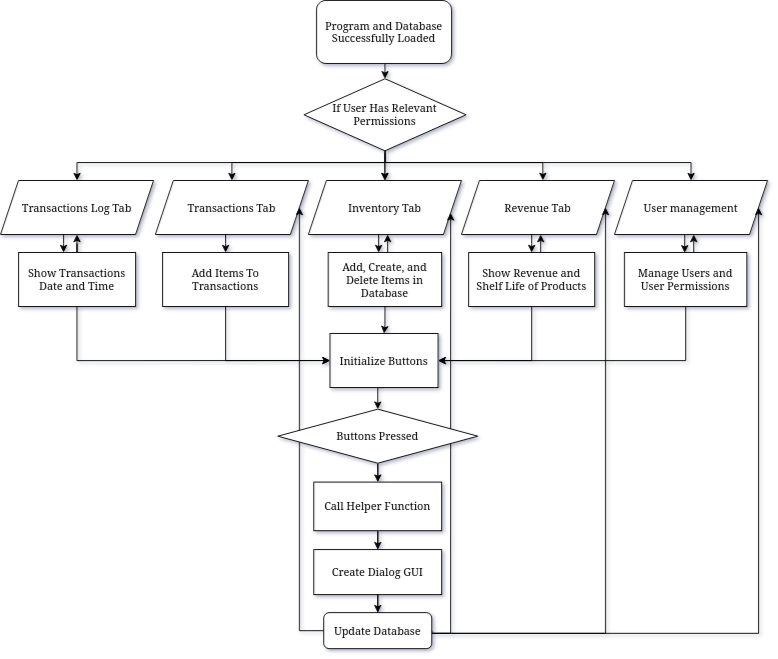
The draw.io diagram flowcharts/gui.png in TheMuseCipher/final-sba, before a commit. Source tidied: cells renumbered, new cells last; positions are measured from the earlier drawing's top-left corner, leaving out a move shared by most shapes. Source of this version:
```xml
<mxGraphModel>
  <root>
    <mxCell id="0" />
    <mxCell id="1" parent="0" />
    <mxCell id="2" style="edgeStyle=orthogonalEdgeStyle;rounded=0;jettySize=auto;html=1;" parent="1" edge="1" target="8">
      <mxGeometry relative="1" as="geometry">
        <mxPoint x="426.9" y="170" as="sourcePoint" />
      </mxGeometry>
    </mxCell>
    <mxCell id="3" style="edgeStyle=orthogonalEdgeStyle;rounded=0;jettySize=auto;html=1;" parent="1" edge="1" target="8">
      <mxGeometry relative="1" as="geometry">
        <mxPoint x="426.9" y="170" as="sourcePoint" />
      </mxGeometry>
    </mxCell>
    <mxCell id="4" style="edgeStyle=orthogonalEdgeStyle;rounded=0;jettySize=auto;html=1;entryX=0.532;entryY=-0.003;entryDx=0;entryDy=0;entryPerimeter=0;" parent="1" edge="1" target="10">
      <mxGeometry relative="1" as="geometry">
        <mxPoint x="427" y="160" as="sourcePoint" />
        <Array as="points">
          <mxPoint x="427" y="180" />
          <mxPoint x="602" y="180" />
        </Array>
      </mxGeometry>
    </mxCell>
    <mxCell id="5" style="edgeStyle=orthogonalEdgeStyle;rounded=0;jettySize=auto;html=1;entryX=0.5;entryY=0;entryDx=0;entryDy=0;" parent="1" edge="1" target="12">
      <mxGeometry relative="1" as="geometry">
        <mxPoint x="426.9" y="170" as="sourcePoint" />
        <Array as="points">
          <mxPoint x="427" y="180" />
          <mxPoint x="257" y="180" />
        </Array>
      </mxGeometry>
    </mxCell>
    <mxCell id="6" style="edgeStyle=orthogonalEdgeStyle;rounded=0;jettySize=auto;html=1;entryX=0.5;entryY=0;entryDx=0;entryDy=0;" parent="1" edge="1" target="15">
      <mxGeometry relative="1" as="geometry">
        <mxPoint x="427" y="70" as="sourcePoint" />
        <Array as="points">
          <mxPoint x="427" y="80" />
          <mxPoint x="427" y="80" />
        </Array>
      </mxGeometry>
    </mxCell>
    <mxCell id="7" style="edgeStyle=orthogonalEdgeStyle;rounded=0;orthogonalLoop=1;jettySize=auto;html=1;" parent="1" edge="1">
      <mxGeometry relative="1" as="geometry">
        <mxPoint x="420" y="260" as="sourcePoint" />
        <mxPoint x="420" y="280" as="targetPoint" />
      </mxGeometry>
    </mxCell>
    <mxCell id="8" value="Inventory Tab" style="shape=parallelogram;perimeter=parallelogramPerimeter;whiteSpace=wrap;html=1;fixedSize=1;" parent="1" vertex="1">
      <mxGeometry x="342" y="200" width="170" height="60" as="geometry" />
    </mxCell>
    <mxCell id="9" style="edgeStyle=orthogonalEdgeStyle;rounded=0;jettySize=auto;html=1;" parent="1" edge="1" source="10" target="35">
      <mxGeometry relative="1" as="geometry">
        <Array as="points">
          <mxPoint x="590" y="270" />
          <mxPoint x="590" y="270" />
        </Array>
      </mxGeometry>
    </mxCell>
    <mxCell id="10" value="Revenue Tab" style="shape=parallelogram;perimeter=parallelogramPerimeter;whiteSpace=wrap;html=1;fixedSize=1;" parent="1" vertex="1">
      <mxGeometry x="512" y="200" width="170" height="60" as="geometry" />
    </mxCell>
    <mxCell id="11" style="edgeStyle=orthogonalEdgeStyle;rounded=0;jettySize=auto;html=1;entryX=0.5;entryY=0;entryDx=0;entryDy=0;" parent="1" edge="1" source="12" target="24">
      <mxGeometry relative="1" as="geometry">
        <Array as="points">
          <mxPoint x="250" y="270" />
          <mxPoint x="250" y="270" />
        </Array>
      </mxGeometry>
    </mxCell>
    <mxCell id="12" value="Transactions Tab" style="shape=parallelogram;perimeter=parallelogramPerimeter;whiteSpace=wrap;html=1;fixedSize=1;" parent="1" vertex="1">
      <mxGeometry x="172" y="200" width="170" height="60" as="geometry" />
    </mxCell>
    <mxCell id="13" style="edgeStyle=orthogonalEdgeStyle;rounded=0;jettySize=auto;html=1;entryX=0.5;entryY=0;entryDx=0;entryDy=0;" parent="1" edge="1" source="15" target="17">
      <mxGeometry relative="1" as="geometry">
        <Array as="points">
          <mxPoint x="427" y="180" />
          <mxPoint x="767" y="180" />
        </Array>
      </mxGeometry>
    </mxCell>
    <mxCell id="14" style="edgeStyle=orthogonalEdgeStyle;rounded=0;jettySize=auto;html=1;entryX=0.5;entryY=0;entryDx=0;entryDy=0;" parent="1" edge="1" source="15" target="20">
      <mxGeometry relative="1" as="geometry">
        <Array as="points">
          <mxPoint x="427" y="180" />
          <mxPoint x="85" y="180" />
        </Array>
      </mxGeometry>
    </mxCell>
    <mxCell id="15" value="&lt;div&gt;If User Has&amp;nbsp;Relevant Permissions&lt;/div&gt;" style="rhombus;whiteSpace=wrap;html=1;" parent="1" vertex="1">
      <mxGeometry x="337" y="87" width="180" height="80" as="geometry" />
    </mxCell>
    <mxCell id="16" style="edgeStyle=orthogonalEdgeStyle;rounded=0;orthogonalLoop=1;jettySize=auto;html=1;entryX=0.452;entryY=0.038;entryDx=0;entryDy=0;entryPerimeter=0;" parent="1" edge="1">
      <mxGeometry relative="1" as="geometry">
        <mxPoint x="760" y="258" as="sourcePoint" />
        <mxPoint x="760" y="280.3" as="targetPoint" />
      </mxGeometry>
    </mxCell>
    <mxCell id="17" value="User management" style="shape=parallelogram;perimeter=parallelogramPerimeter;whiteSpace=wrap;html=1;fixedSize=1;size=20;" parent="1" vertex="1">
      <mxGeometry x="682" y="200" width="170" height="60" as="geometry" />
    </mxCell>
    <mxCell id="18" style="edgeStyle=orthogonalEdgeStyle;rounded=0;jettySize=auto;html=1;" parent="1" edge="1" target="20">
      <mxGeometry relative="1" as="geometry">
        <mxPoint x="85" y="290" as="sourcePoint" />
      </mxGeometry>
    </mxCell>
    <mxCell id="19" style="edgeStyle=orthogonalEdgeStyle;rounded=0;jettySize=auto;html=1;" parent="1" edge="1" source="20" target="22">
      <mxGeometry relative="1" as="geometry">
        <Array as="points">
          <mxPoint x="70" y="270" />
          <mxPoint x="70" y="270" />
        </Array>
      </mxGeometry>
    </mxCell>
    <mxCell id="20" value="Transactions Log Tab" style="shape=parallelogram;perimeter=parallelogramPerimeter;whiteSpace=wrap;html=1;fixedSize=1;" parent="1" vertex="1">
      <mxGeometry y="200" width="170" height="60" as="geometry" />
    </mxCell>
    <mxCell id="21" style="edgeStyle=orthogonalEdgeStyle;rounded=0;jettySize=auto;html=1;entryX=0;entryY=0.5;entryDx=0;entryDy=0;" parent="1" edge="1" source="22" target="41">
      <mxGeometry relative="1" as="geometry">
        <Array as="points">
          <mxPoint x="85" y="400" />
        </Array>
      </mxGeometry>
    </mxCell>
    <mxCell id="22" value="&lt;div&gt;Show Transactions&lt;/div&gt;&lt;div&gt;Date and Time&lt;/div&gt;" style="whiteSpace=wrap;html=1;" parent="1" vertex="1">
      <mxGeometry x="20" y="280" width="130" height="60" as="geometry" />
    </mxCell>
    <mxCell id="23" style="edgeStyle=orthogonalEdgeStyle;rounded=0;jettySize=auto;html=1;entryX=0;entryY=0.5;entryDx=0;entryDy=0;" parent="1" edge="1" source="24" target="41">
      <mxGeometry relative="1" as="geometry">
        <Array as="points">
          <mxPoint x="250" y="400" />
        </Array>
      </mxGeometry>
    </mxCell>
    <mxCell id="24" value="Add Items To&lt;br&gt;Transactions" style="rounded=0;whiteSpace=wrap;html=1;" parent="1" vertex="1">
      <mxGeometry x="180" y="280" width="140" height="60" as="geometry" />
    </mxCell>
    <mxCell id="25" style="edgeStyle=orthogonalEdgeStyle;rounded=0;jettySize=auto;html=1;entryX=1;entryY=0.5;entryDx=0;entryDy=0;" parent="1" edge="1" source="29" target="17">
      <mxGeometry relative="1" as="geometry">
        <Array as="points">
          <mxPoint x="842" y="703" />
        </Array>
      </mxGeometry>
    </mxCell>
    <mxCell id="26" style="edgeStyle=orthogonalEdgeStyle;rounded=0;jettySize=auto;html=1;entryX=1;entryY=0.5;entryDx=0;entryDy=0;exitX=1;exitY=0.5;exitDx=0;exitDy=0;" parent="1" edge="1" source="29">
      <mxGeometry relative="1" as="geometry">
        <mxPoint x="672" y="230" as="targetPoint" />
        <Array as="points">
          <mxPoint x="672" y="703" />
        </Array>
      </mxGeometry>
    </mxCell>
    <mxCell id="27" style="edgeStyle=orthogonalEdgeStyle;rounded=0;jettySize=auto;html=1;exitX=1;exitY=0.5;exitDx=0;exitDy=0;" parent="1" edge="1" source="29" target="8">
      <mxGeometry relative="1" as="geometry">
        <Array as="points">
          <mxPoint x="500" y="703" />
        </Array>
      </mxGeometry>
    </mxCell>
    <mxCell id="28" style="edgeStyle=orthogonalEdgeStyle;rounded=0;jettySize=auto;html=1;entryX=1;entryY=0.5;entryDx=0;entryDy=0;" parent="1" edge="1" source="29" target="12">
      <mxGeometry relative="1" as="geometry" />
    </mxCell>
    <mxCell id="29" value="Update Database" style="rounded=1;whiteSpace=wrap;html=1;" parent="1" vertex="1">
      <mxGeometry x="359" y="680" width="120" height="40" as="geometry" />
    </mxCell>
    <mxCell id="30" style="edgeStyle=orthogonalEdgeStyle;rounded=0;orthogonalLoop=1;jettySize=auto;html=1;entryX=0.5;entryY=1;entryDx=0;entryDy=0;" parent="1" edge="1">
      <mxGeometry relative="1" as="geometry">
        <mxPoint x="430" y="280" as="sourcePoint" />
        <mxPoint x="430" y="260" as="targetPoint" />
      </mxGeometry>
    </mxCell>
    <mxCell id="31" style="edgeStyle=orthogonalEdgeStyle;rounded=0;jettySize=auto;html=1;exitX=0.5;exitY=1;exitDx=0;exitDy=0;entryX=0.5;entryY=0;entryDx=0;entryDy=0;" parent="1" edge="1" source="41" target="43">
      <mxGeometry relative="1" as="geometry">
        <Array as="points">
          <mxPoint x="419" y="430" />
        </Array>
      </mxGeometry>
    </mxCell>
    <mxCell id="32" value="&lt;div&gt;Add, Create, and Delete Items in Database&lt;/div&gt;" style="whiteSpace=wrap;html=1;" parent="1" vertex="1">
      <mxGeometry x="364" y="280" width="126" height="60" as="geometry" />
    </mxCell>
    <mxCell id="33" style="edgeStyle=orthogonalEdgeStyle;rounded=0;orthogonalLoop=1;jettySize=auto;html=1;" parent="1" edge="1">
      <mxGeometry relative="1" as="geometry">
        <mxPoint x="600" y="280" as="sourcePoint" />
        <mxPoint x="600" y="260" as="targetPoint" />
        <Array as="points">
          <mxPoint x="600" y="260" />
        </Array>
      </mxGeometry>
    </mxCell>
    <mxCell id="34" style="edgeStyle=orthogonalEdgeStyle;rounded=0;jettySize=auto;html=1;entryX=1;entryY=0.5;entryDx=0;entryDy=0;" parent="1" edge="1" source="35" target="41">
      <mxGeometry relative="1" as="geometry">
        <Array as="points">
          <mxPoint x="590" y="400" />
        </Array>
      </mxGeometry>
    </mxCell>
    <mxCell id="35" value="&lt;div&gt;Show Revenue and&lt;/div&gt;&lt;div&gt;Shelf Life of Products&lt;/div&gt;" style="whiteSpace=wrap;html=1;" parent="1" vertex="1">
      <mxGeometry x="520" y="280" width="140" height="60" as="geometry" />
    </mxCell>
    <mxCell id="36" style="edgeStyle=orthogonalEdgeStyle;rounded=0;orthogonalLoop=1;jettySize=auto;html=1;entryX=0.5;entryY=1;entryDx=0;entryDy=0;" parent="1" edge="1">
      <mxGeometry relative="1" as="geometry">
        <mxPoint x="770" y="280" as="sourcePoint" />
        <mxPoint x="770" y="260" as="targetPoint" />
      </mxGeometry>
    </mxCell>
    <mxCell id="37" style="edgeStyle=orthogonalEdgeStyle;rounded=0;jettySize=auto;html=1;" parent="1" edge="1" source="38" target="41">
      <mxGeometry relative="1" as="geometry">
        <Array as="points">
          <mxPoint x="761" y="400" />
        </Array>
      </mxGeometry>
    </mxCell>
    <mxCell id="38" value="Manage Users and User Permissions" style="rounded=0;whiteSpace=wrap;html=1;" parent="1" vertex="1">
      <mxGeometry x="693" y="280" width="136" height="60" as="geometry" />
    </mxCell>
    <mxCell id="39" value="Program and Database Successfully Loaded" style="rounded=1;whiteSpace=wrap;html=1;" parent="1" vertex="1">
      <mxGeometry x="351" width="150" height="70" as="geometry" />
    </mxCell>
    <mxCell id="40" style="edgeStyle=orthogonalEdgeStyle;rounded=0;jettySize=auto;html=1;entryX=0.5;entryY=0;entryDx=0;entryDy=0;" parent="1" edge="1" source="32" target="41">
      <mxGeometry relative="1" as="geometry" />
    </mxCell>
    <mxCell id="41" value="Initialize Buttons" style="rounded=0;whiteSpace=wrap;html=1;" parent="1" vertex="1">
      <mxGeometry x="366" y="370" width="120" height="60" as="geometry" />
    </mxCell>
    <mxCell id="42" style="edgeStyle=orthogonalEdgeStyle;rounded=0;jettySize=auto;html=1;" parent="1" edge="1" source="43" target="45">
      <mxGeometry relative="1" as="geometry" />
    </mxCell>
    <mxCell id="43" value="Buttons Pressed" style="rhombus;whiteSpace=wrap;html=1;" parent="1" vertex="1">
      <mxGeometry x="308" y="454" width="222" height="60" as="geometry" />
    </mxCell>
    <mxCell id="44" style="edgeStyle=orthogonalEdgeStyle;rounded=0;jettySize=auto;html=1;entryX=0.5;entryY=0;entryDx=0;entryDy=0;" parent="1" edge="1" source="45" target="46">
      <mxGeometry relative="1" as="geometry" />
    </mxCell>
    <mxCell id="45" value="&lt;div&gt;Call Helper Function&lt;/div&gt;" style="whiteSpace=wrap;html=1;" parent="1" vertex="1">
      <mxGeometry x="348" y="535" width="142" height="54" as="geometry" />
    </mxCell>
    <mxCell id="46" value="Create Dialog GUI" style="rounded=0;whiteSpace=wrap;html=1;" parent="1" vertex="1">
      <mxGeometry x="348" y="610" width="142" height="50" as="geometry" />
    </mxCell>
    <mxCell id="47" style="edgeStyle=orthogonalEdgeStyle;rounded=0;jettySize=auto;html=1;" parent="1" edge="1" source="46">
      <mxGeometry relative="1" as="geometry">
        <mxPoint x="419" y="680" as="targetPoint" />
      </mxGeometry>
    </mxCell>
  </root>
</mxGraphModel>
```
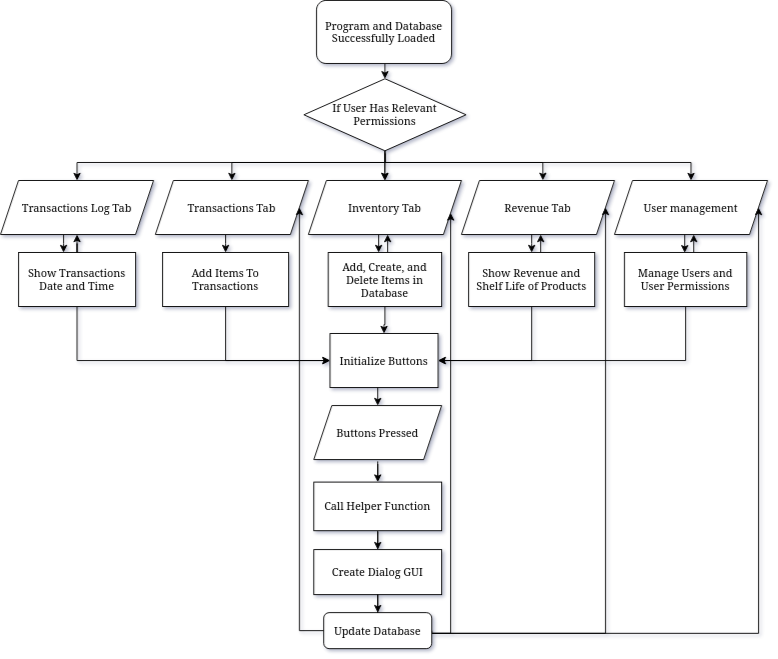
The same diagram one commit later.

Commit message:
GUI Flowchart updated

Diff of the diagram source:
```diff
@@ -168,10 +168,12 @@
         <mxPoint x="430" y="260" as="targetPoint" />
       </mxGeometry>
     </mxCell>
-    <mxCell id="31" style="edgeStyle=orthogonalEdgeStyle;rounded=0;jettySize=auto;html=1;exitX=0.5;exitY=1;exitDx=0;exitDy=0;entryX=0.5;entryY=0;entryDx=0;entryDy=0;" parent="1" edge="1" source="41" target="43">
+    <mxCell id="31" style="edgeStyle=orthogonalEdgeStyle;rounded=0;orthogonalLoop=1;jettySize=auto;html=1;exitX=0.5;exitY=1;exitDx=0;exitDy=0;entryX=0.5;entryY=0;entryDx=0;entryDy=0;" parent="1" edge="1">
       <mxGeometry relative="1" as="geometry">
+        <mxPoint x="426" y="428" as="sourcePoint" />
+        <mxPoint x="419" y="450" as="targetPoint" />
         <Array as="points">
-          <mxPoint x="419" y="430" />
+          <mxPoint x="419" y="428" />
         </Array>
       </mxGeometry>
     </mxCell>
@@ -222,12 +224,11 @@
     <mxCell id="41" value="Initialize Buttons" style="rounded=0;whiteSpace=wrap;html=1;" parent="1" vertex="1">
       <mxGeometry x="366" y="370" width="120" height="60" as="geometry" />
     </mxCell>
-    <mxCell id="42" style="edgeStyle=orthogonalEdgeStyle;rounded=0;jettySize=auto;html=1;" parent="1" edge="1" source="43" target="45">
-      <mxGeometry relative="1" as="geometry" />
+    <mxCell id="42" style="edgeStyle=orthogonalEdgeStyle;rounded=0;jettySize=auto;html=1;" parent="1" edge="1" target="45">
+      <mxGeometry relative="1" as="geometry">
+        <mxPoint x="419" y="512" as="sourcePoint" />
+      </mxGeometry>
     </mxCell>
-    <mxCell id="43" value="Buttons Pressed" style="rhombus;whiteSpace=wrap;html=1;" parent="1" vertex="1">
-      <mxGeometry x="308" y="454" width="222" height="60" as="geometry" />
-    </mxCell>
     <mxCell id="44" style="edgeStyle=orthogonalEdgeStyle;rounded=0;jettySize=auto;html=1;entryX=0.5;entryY=0;entryDx=0;entryDy=0;" parent="1" edge="1" source="45" target="46">
       <mxGeometry relative="1" as="geometry" />
     </mxCell>
@@ -242,5 +243,8 @@
         <mxPoint x="419" y="680" as="targetPoint" />
       </mxGeometry>
     </mxCell>
+    <mxCell id="43" value="Buttons Pressed" style="shape=parallelogram;perimeter=parallelogramPerimeter;whiteSpace=wrap;html=1;fixedSize=1;" parent="1" vertex="1">
+      <mxGeometry x="348" y="450" width="142" height="60" as="geometry" />
+    </mxCell>
   </root>
 </mxGraphModel>
```
